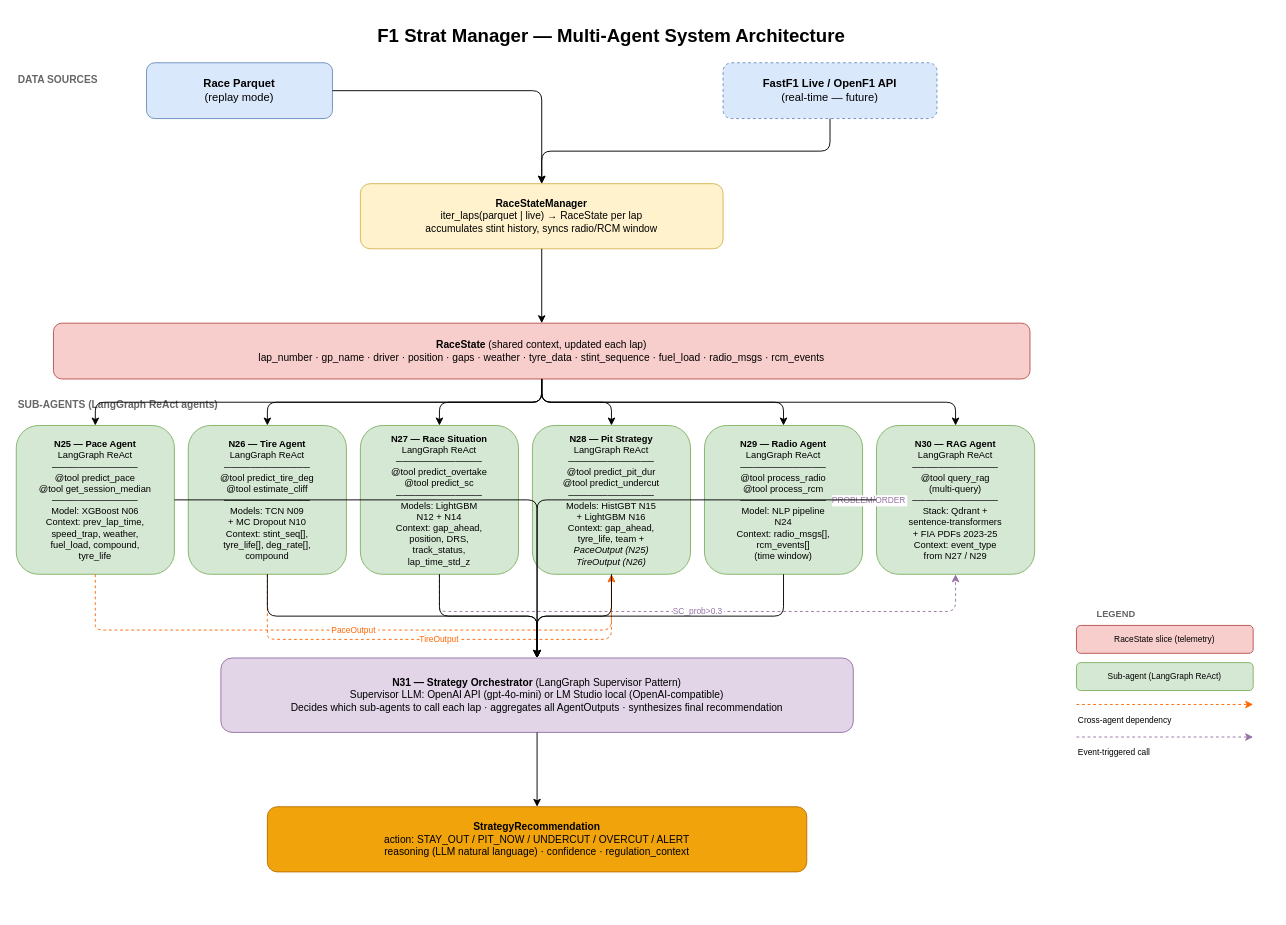
Before: documents/dev_docs/diagrams/multi_agent_architecture.drawio in VforVitorio/F1-StratLab, a draw.io diagram. Source tidied: cells renumbered, new cells numbered last; positions are measured from the earlier drawing's top-left corner, leaving out a move shared by most shapes. Both pictures are drawn from the tidied source at 93%, with x=0, y=0 at pixel (16, 16).
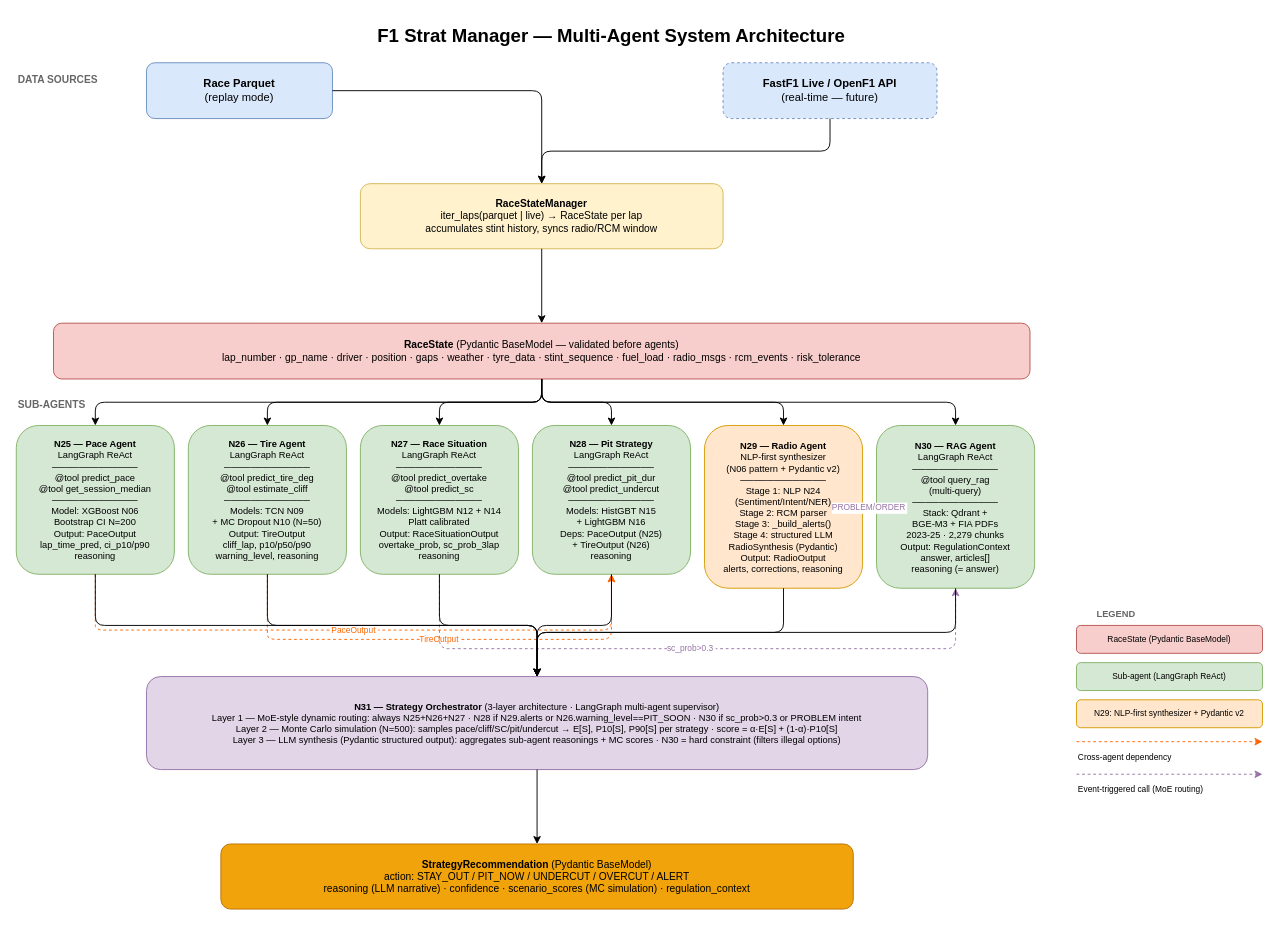
The same page after the edit.

Commit message (it also covers changes not shown here):
add per-agent drawio diagrams and update architecture diagram

The edit, as a diff of the source:
```diff
@@
-    <mxCell id="9" value="&lt;b&gt;RaceState&lt;/b&gt; (shared context, updated each lap)&#10;lap_number · gp_name · driver · position · gaps · weather · tyre_data · stint_sequence · fuel_load · radio_msgs · rcm_events" style="rounded=1;whiteSpace=wrap;html=1;fillColor=#f8cecc;strokeColor=#b85450;fontSize=11;" parent="1" vertex="1">
+    <mxCell id="9" value="&lt;b&gt;RaceState&lt;/b&gt; (Pydantic BaseModel — validated before agents)&#10;lap_number · gp_name · driver · position · gaps · weather · tyre_data · stint_sequence · fuel_load · radio_msgs · rcm_events · risk_tolerance" style="rounded=1;whiteSpace=wrap;html=1;fillColor=#f8cecc;strokeColor=#b85450;fontSize=11;" parent="1" vertex="1">
       <mxGeometry x="40" y="330" width="1050" height="60" as="geometry" />
     </mxCell>
@@
-    <mxCell id="11" value="SUB-AGENTS (LangGraph ReAct agents)" style="text;html=1;strokeColor=none;fillColor=none;align=left;fontStyle=1;fontSize=11;fontColor=#666666;" parent="1" vertex="1">
+    <mxCell id="11" value="SUB-AGENTS" style="text;html=1;strokeColor=none;fillColor=none;align=left;fontStyle=1;fontSize=11;fontColor=#666666;" parent="1" vertex="1">
       <mxGeometry y="405" width="360" height="30" as="geometry" />
     </mxCell>
-    <mxCell id="12" value="&lt;b&gt;N25 — Pace Agent&lt;/b&gt;&#10;LangGraph ReAct&#10;─────────────&#10;@tool predict_pace&#10;@tool get_session_median&#10;─────────────&#10;Model: XGBoost N06&#10;Context: prev_lap_time,&#10;speed_trap, weather,&#10;fuel_load, compound,&#10;tyre_life" style="rounded=1;whiteSpace=wrap;html=1;fillColor=#d5e8d4;strokeColor=#82b366;fontSize=10;" parent="1" vertex="1">
+    <mxCell id="12" value="&lt;b&gt;N25 — Pace Agent&lt;/b&gt;&#10;LangGraph ReAct&#10;─────────────&#10;@tool predict_pace&#10;@tool get_session_median&#10;─────────────&#10;Model: XGBoost N06&#10;Bootstrap CI N=200&#10;Output: PaceOutput&#10;lap_time_pred, ci_p10/p90&#10;reasoning" style="rounded=1;whiteSpace=wrap;html=1;fillColor=#d5e8d4;strokeColor=#82b366;fontSize=10;" parent="1" vertex="1">
       <mxGeometry y="440" width="170" height="160" as="geometry" />
     </mxCell>
-    <mxCell id="13" value="&lt;b&gt;N26 — Tire Agent&lt;/b&gt;&#10;LangGraph ReAct&#10;─────────────&#10;@tool predict_tire_deg&#10;@tool estimate_cliff&#10;─────────────&#10;Models: TCN N09&#10;+ MC Dropout N10&#10;Context: stint_seq[],&#10;tyre_life[], deg_rate[],&#10;compound" style="rounded=1;whiteSpace=wrap;html=1;fillColor=#d5e8d4;strokeColor=#82b366;fontSize=10;" parent="1" vertex="1">
+    <mxCell id="13" value="&lt;b&gt;N26 — Tire Agent&lt;/b&gt;&#10;LangGraph ReAct&#10;─────────────&#10;@tool predict_tire_deg&#10;@tool estimate_cliff&#10;─────────────&#10;Models: TCN N09&#10;+ MC Dropout N10 (N=50)&#10;Output: TireOutput&#10;cliff_lap, p10/p50/p90&#10;warning_level, reasoning" style="rounded=1;whiteSpace=wrap;html=1;fillColor=#d5e8d4;strokeColor=#82b366;fontSize=10;" parent="1" vertex="1">
       <mxGeometry x="185" y="440" width="170" height="160" as="geometry" />
     </mxCell>
-    <mxCell id="14" value="&lt;b&gt;N27 — Race Situation&lt;/b&gt;&#10;LangGraph ReAct&#10;─────────────&#10;@tool predict_overtake&#10;@tool predict_sc&#10;─────────────&#10;Models: LightGBM&#10;N12 + N14&#10;Context: gap_ahead,&#10;position, DRS,&#10;track_status,&#10;lap_time_std_z" style="rounded=1;whiteSpace=wrap;html=1;fillColor=#d5e8d4;strokeColor=#82b366;fontSize=10;" parent="1" vertex="1">
+    <mxCell id="14" value="&lt;b&gt;N27 — Race Situation&lt;/b&gt;&#10;LangGraph ReAct&#10;─────────────&#10;@tool predict_overtake&#10;@tool predict_sc&#10;─────────────&#10;Models: LightGBM N12 + N14&#10;Platt calibrated&#10;Output: RaceSituationOutput&#10;overtake_prob, sc_prob_3lap&#10;reasoning" style="rounded=1;whiteSpace=wrap;html=1;fillColor=#d5e8d4;strokeColor=#82b366;fontSize=10;" parent="1" vertex="1">
       <mxGeometry x="370" y="440" width="170" height="160" as="geometry" />
     </mxCell>
-    <mxCell id="15" value="&lt;b&gt;N28 — Pit Strategy&lt;/b&gt;&#10;LangGraph ReAct&#10;─────────────&#10;@tool predict_pit_dur&#10;@tool predict_undercut&#10;─────────────&#10;Models: HistGBT N15&#10;+ LightGBM N16&#10;Context: gap_ahead,&#10;tyre_life, team +&#10;&lt;i&gt;PaceOutput (N25)&#10;TireOutput (N26)&lt;/i&gt;" style="rounded=1;whiteSpace=wrap;html=1;fillColor=#d5e8d4;strokeColor=#82b366;fontSize=10;" parent="1" vertex="1">
+    <mxCell id="15" value="&lt;b&gt;N28 — Pit Strategy&lt;/b&gt;&#10;LangGraph ReAct&#10;─────────────&#10;@tool predict_pit_dur&#10;@tool predict_undercut&#10;─────────────&#10;Models: HistGBT N15&#10;+ LightGBM N16&#10;Deps: PaceOutput (N25)&#10;+ TireOutput (N26)&#10;reasoning" style="rounded=1;whiteSpace=wrap;html=1;fillColor=#d5e8d4;strokeColor=#82b366;fontSize=10;" parent="1" vertex="1">
       <mxGeometry x="555" y="440" width="170" height="160" as="geometry" />
     </mxCell>
-    <mxCell id="16" value="&lt;b&gt;N29 — Radio Agent&lt;/b&gt;&#10;LangGraph ReAct&#10;─────────────&#10;@tool process_radio&#10;@tool process_rcm&#10;─────────────&#10;Model: NLP pipeline&#10;N24&#10;Context: radio_msgs[],&#10;rcm_events[]&#10;(time window)" style="rounded=1;whiteSpace=wrap;html=1;fillColor=#d5e8d4;strokeColor=#82b366;fontSize=10;" parent="1" vertex="1">
-      <mxGeometry x="740" y="440" width="170" height="160" as="geometry" />
+    <mxCell id="16" value="&lt;b&gt;N29 — Radio Agent&lt;/b&gt;&#10;NLP-first synthesizer&#10;(N06 pattern + Pydantic v2)&#10;─────────────&#10;Stage 1: NLP N24&#10;(Sentiment/Intent/NER)&#10;Stage 2: RCM parser&#10;Stage 3: _build_alerts()&#10;Stage 4: structured LLM&#10;RadioSynthesis (Pydantic)&#10;Output: RadioOutput&#10;alerts, corrections, reasoning" style="rounded=1;whiteSpace=wrap;html=1;fillColor=#ffe6cc;strokeColor=#d79b00;fontSize=10;" parent="1" vertex="1">
+      <mxGeometry x="740" y="440" width="170" height="175" as="geometry" />
     </mxCell>
-    <mxCell id="17" value="&lt;b&gt;N30 — RAG Agent&lt;/b&gt;&#10;LangGraph ReAct&#10;─────────────&#10;@tool query_rag&#10;(multi-query)&#10;─────────────&#10;Stack: Qdrant +&#10;sentence-transformers&#10;+ FIA PDFs 2023-25&#10;Context: event_type&#10;from N27 / N29" style="rounded=1;whiteSpace=wrap;html=1;fillColor=#d5e8d4;strokeColor=#82b366;fontSize=10;" parent="1" vertex="1">
-      <mxGeometry x="925" y="440" width="170" height="160" as="geometry" />
+    <mxCell id="17" value="&lt;b&gt;N30 — RAG Agent&lt;/b&gt;&#10;LangGraph ReAct&#10;─────────────&#10;@tool query_rag&#10;(multi-query)&#10;─────────────&#10;Stack: Qdrant +&#10;BGE-M3 + FIA PDFs&#10;2023-25 · 2,279 chunks&#10;Output: RegulationContext&#10;answer, articles[]&#10;reasoning (= answer)" style="rounded=1;whiteSpace=wrap;html=1;fillColor=#d5e8d4;strokeColor=#82b366;fontSize=10;" parent="1" vertex="1">
+      <mxGeometry x="925" y="440" width="170" height="175" as="geometry" />
     </mxCell>
@@
-    <mxCell id="26" value="SC_prob&gt;0.3" style="edgeStyle=orthogonalEdgeStyle;dashed=1;strokeColor=#9673a6;fontColor=#9673a6;fontSize=9;" parent="1" edge="1" source="14" target="17">
+    <mxCell id="26" value="sc_prob&gt;0.3" style="edgeStyle=orthogonalEdgeStyle;dashed=1;strokeColor=#9673a6;fontColor=#9673a6;fontSize=9;" parent="1" edge="1" source="14" target="17">
       <mxGeometry relative="1" as="geometry">
         <Array as="points">
-          <mxPoint x="455" y="630" />
           <mxPoint x="455" y="640" />
-          <mxPoint x="1010" y="640" />
+          <mxPoint x="455" y="680" />
+          <mxPoint x="1010" y="680" />
         </Array>
       </mxGeometry>
     </mxCell>
@@
-    <mxCell id="28" value="&lt;b&gt;N31 — Strategy Orchestrator&lt;/b&gt; (LangGraph Supervisor Pattern)&#10;Supervisor LLM: OpenAI API (gpt-4o-mini) or LM Studio local (OpenAI-compatible)&#10;Decides which sub-agents to call each lap · aggregates all AgentOutputs · synthesizes final recommendation" style="rounded=1;whiteSpace=wrap;html=1;fillColor=#e1d5e7;strokeColor=#9673a6;fontSize=11;" parent="1" vertex="1">
-      <mxGeometry x="220" y="690" width="680" height="80" as="geometry" />
+    <mxCell id="28" value="&lt;b&gt;N31 — Strategy Orchestrator&lt;/b&gt; (3-layer architecture · LangGraph multi-agent supervisor)&#10;Layer 1 — MoE-style dynamic routing: always N25+N26+N27 · N28 if N29.alerts or N26.warning_level==PIT_SOON · N30 if sc_prob&gt;0.3 or PROBLEM intent&#10;Layer 2 — Monte Carlo simulation (N=500): samples pace/cliff/SC/pit/undercut → E[S], P10[S], P90[S] per strategy · score = α·E[S] + (1-α)·P10[S]&#10;Layer 3 — LLM synthesis (Pydantic structured output): aggregates sub-agent reasonings + MC scores · N30 = hard constraint (filters illegal options)" style="rounded=1;whiteSpace=wrap;html=1;fillColor=#e1d5e7;strokeColor=#9673a6;fontSize=10;" parent="1" vertex="1">
+      <mxGeometry x="140" y="710" width="840" height="100" as="geometry" />
     </mxCell>
@@
-    <mxCell id="35" value="&lt;b&gt;StrategyRecommendation&lt;/b&gt;&#10;action: STAY_OUT / PIT_NOW / UNDERCUT / OVERCUT / ALERT&#10;reasoning (LLM natural language) · confidence · regulation_context" style="rounded=1;whiteSpace=wrap;html=1;fillColor=#f0a30a;strokeColor=#BD7000;fontSize=11;" parent="1" vertex="1">
-      <mxGeometry x="270" y="850" width="580" height="70" as="geometry" />
+    <mxCell id="35" value="&lt;b&gt;StrategyRecommendation&lt;/b&gt; (Pydantic BaseModel)&#10;action: STAY_OUT / PIT_NOW / UNDERCUT / OVERCUT / ALERT&#10;reasoning (LLM narrative) · confidence · scenario_scores (MC simulation) · regulation_context" style="rounded=1;whiteSpace=wrap;html=1;fillColor=#f0a30a;strokeColor=#BD7000;fontSize=11;" parent="1" vertex="1">
+      <mxGeometry x="220" y="890" width="680" height="70" as="geometry" />
     </mxCell>
@@
-    <mxCell id="38" value="RaceState slice (telemetry)" style="rounded=1;whiteSpace=wrap;html=1;fillColor=#f8cecc;strokeColor=#b85450;fontSize=9;" parent="1" vertex="1">
-      <mxGeometry x="1140" y="655" width="190" height="30" as="geometry" />
+    <mxCell id="38" value="RaceState (Pydantic BaseModel)" style="rounded=1;whiteSpace=wrap;html=1;fillColor=#f8cecc;strokeColor=#b85450;fontSize=9;" parent="1" vertex="1">
+      <mxGeometry x="1140" y="655" width="200" height="30" as="geometry" />
     </mxCell>
     <mxCell id="39" value="Sub-agent (LangGraph ReAct)" style="rounded=1;whiteSpace=wrap;html=1;fillColor=#d5e8d4;strokeColor=#82b366;fontSize=9;" parent="1" vertex="1">
-      <mxGeometry x="1140" y="695" width="190" height="30" as="geometry" />
+      <mxGeometry x="1140" y="695" width="200" height="30" as="geometry" />
     </mxCell>
+    <mxCell id="44" value="N29: NLP-first synthesizer + Pydantic v2" style="rounded=1;whiteSpace=wrap;html=1;fillColor=#ffe6cc;strokeColor=#d79b00;fontSize=9;" parent="1" vertex="1">
+      <mxGeometry x="1140" y="735" width="200" height="30" as="geometry" />
+    </mxCell>
     <mxCell id="40" style="edgeStyle=orthogonalEdgeStyle;dashed=1;strokeColor=#FF6600;" parent="1" edge="1">
       <mxGeometry relative="1" as="geometry">
-        <mxPoint x="1140" y="740" as="sourcePoint" />
-        <mxPoint x="1330" y="740" as="targetPoint" />
+        <mxPoint x="1140" y="780" as="sourcePoint" />
+        <mxPoint x="1340" y="780" as="targetPoint" />
       </mxGeometry>
     </mxCell>
     <mxCell id="41" value="Cross-agent dependency" style="text;html=1;strokeColor=none;fillColor=none;align=left;fontSize=9;" parent="1" vertex="1">
-      <mxGeometry x="1140" y="745" width="190" height="20" as="geometry" />
+      <mxGeometry x="1140" y="785" width="200" height="20" as="geometry" />
     </mxCell>
     <mxCell id="42" style="edgeStyle=orthogonalEdgeStyle;dashed=1;strokeColor=#9673a6;" parent="1" edge="1">
       <mxGeometry relative="1" as="geometry">
-        <mxPoint x="1140" y="775" as="sourcePoint" />
-        <mxPoint x="1330" y="775" as="targetPoint" />
+        <mxPoint x="1140" y="815" as="sourcePoint" />
+        <mxPoint x="1340" y="815" as="targetPoint" />
       </mxGeometry>
     </mxCell>
-    <mxCell id="43" value="Event-triggered call" style="text;html=1;strokeColor=none;fillColor=none;align=left;fontSize=9;" parent="1" vertex="1">
-      <mxGeometry x="1140" y="780" width="190" height="20" as="geometry" />
+    <mxCell id="43" value="Event-triggered call (MoE routing)" style="text;html=1;strokeColor=none;fillColor=none;align=left;fontSize=9;" parent="1" vertex="1">
+      <mxGeometry x="1140" y="820" width="200" height="20" as="geometry" />
     </mxCell>
```
